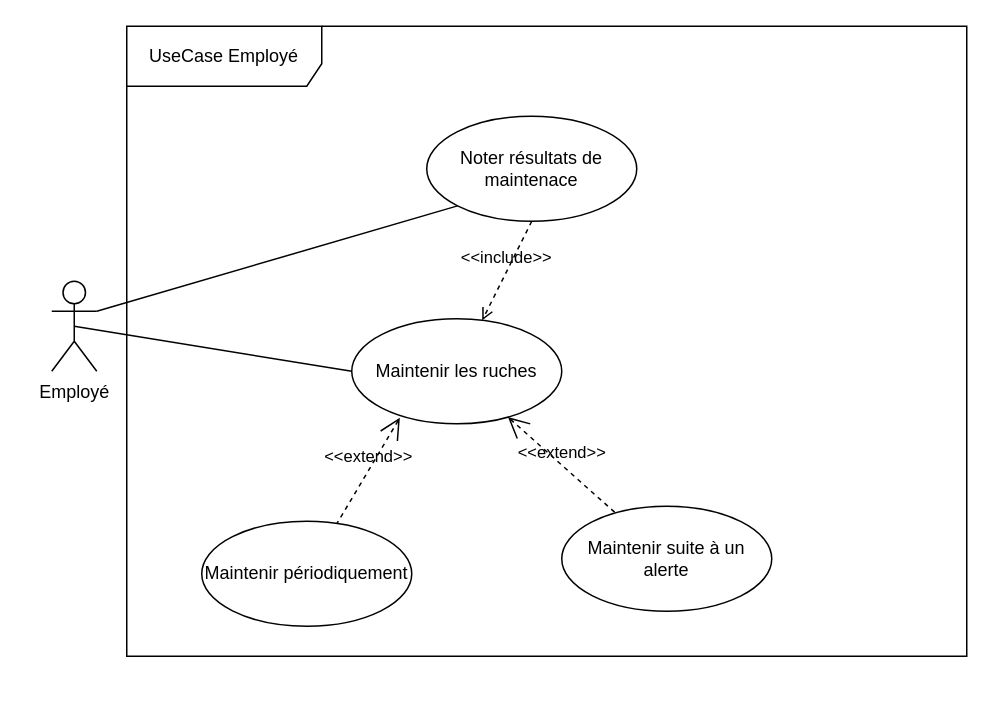
Earlier version of the draw.io diagram usecase/diagrams/usecase_employe.drawio (ManDev001/pfe_diagrams). Source tidied: cells renumbered, new cells numbered last; positions are measured from the earlier drawing's top-left corner, leaving out a move shared by most shapes. Both pictures are drawn from the tidied source at 150%, with x=0, y=0 at pixel (51, 26).
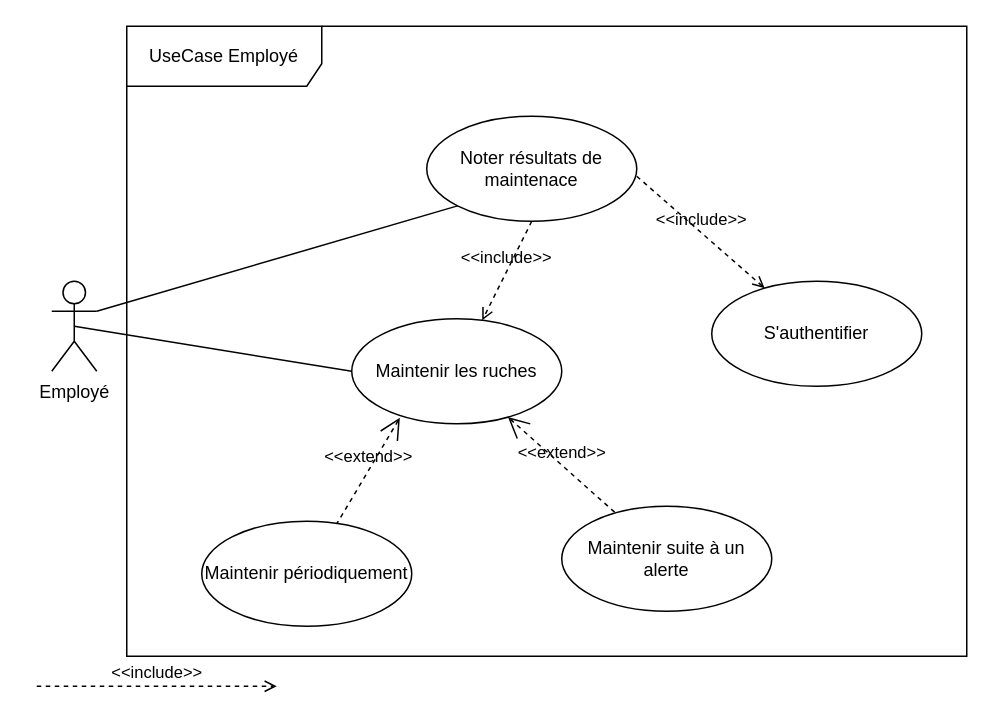
The same page after the edit.

Commit message:
ajout authentification

What changed in the source:
```diff
@@
 <mxGraphModel>
   <root>
     <mxCell id="0" />
     <mxCell id="1" parent="0" />
     <mxCell id="2" value="UseCase Employé" style="shape=umlFrame;whiteSpace=wrap;html=1;width=130;height=40;" parent="1" vertex="1">
       <mxGeometry x="50" width="560" height="420" as="geometry" />
     </mxCell>
     <mxCell id="3" style="rounded=0;jettySize=auto;html=1;exitX=0.5;exitY=0.5;exitDx=0;exitDy=0;exitPerimeter=0;entryX=0;entryY=0.5;entryDx=0;entryDy=0;endArrow=none;endFill=0;" parent="1" edge="1" source="5" target="6">
       <mxGeometry relative="1" as="geometry" />
     </mxCell>
     <mxCell id="4" style="edgeStyle=none;rounded=0;jettySize=auto;html=1;exitX=1;exitY=0.3333333333333333;exitDx=0;exitDy=0;exitPerimeter=0;entryX=0;entryY=1;entryDx=0;entryDy=0;endArrow=none;endFill=0;" parent="1" edge="1" source="5" target="11">
       <mxGeometry relative="1" as="geometry" />
     </mxCell>
     <mxCell id="5" value="&lt;div&gt;Employé&lt;/div&gt;" style="shape=umlActor;verticalLabelPosition=bottom;labelBackgroundColor=#ffffff;verticalAlign=top;html=1;outlineConnect=0;" parent="1" vertex="1">
       <mxGeometry y="170" width="30" height="60" as="geometry" />
     </mxCell>
     <mxCell id="6" value="Maintenir les ruches" style="ellipse;whiteSpace=wrap;html=1;" parent="1" vertex="1">
       <mxGeometry x="200" y="195" width="140" height="70" as="geometry" />
     </mxCell>
     <mxCell id="7" value="Maintenir périodiquement" style="ellipse;whiteSpace=wrap;html=1;" parent="1" vertex="1">
       <mxGeometry x="100" y="330" width="140" height="70" as="geometry" />
     </mxCell>
     <mxCell id="8" value="Maintenir suite à un alerte" style="ellipse;whiteSpace=wrap;html=1;" parent="1" vertex="1">
       <mxGeometry x="340" y="320" width="140" height="70" as="geometry" />
     </mxCell>
     <mxCell id="9" value="&amp;lt;&amp;lt;extend&amp;gt;&amp;gt;" style="edgeStyle=none;html=1;startArrow=open;endArrow=none;startSize=12;verticalAlign=bottom;dashed=1;labelBackgroundColor=none;exitX=0.229;exitY=0.943;exitDx=0;exitDy=0;exitPerimeter=0;" parent="1" edge="1" source="6" target="7">
       <mxGeometry relative="1" as="geometry" />
     </mxCell>
     <mxCell id="10" value="&amp;lt;&amp;lt;extend&amp;gt;&amp;gt;" style="edgeStyle=none;html=1;startArrow=open;endArrow=none;startSize=12;verticalAlign=bottom;dashed=1;labelBackgroundColor=none;" parent="1" edge="1" source="6" target="8">
       <mxGeometry relative="1" as="geometry" />
     </mxCell>
     <mxCell id="11" value="Noter résultats de maintenace" style="ellipse;whiteSpace=wrap;html=1;" parent="1" vertex="1">
       <mxGeometry x="250" y="60" width="140" height="70" as="geometry" />
     </mxCell>
     <mxCell id="12" value="&amp;lt;&amp;lt;include&amp;gt;&amp;gt;" style="edgeStyle=none;html=1;endArrow=open;verticalAlign=bottom;dashed=1;labelBackgroundColor=none;exitX=0.5;exitY=1;exitDx=0;exitDy=0;" parent="1" edge="1" source="11" target="6">
       <mxGeometry relative="1" as="geometry" />
     </mxCell>
+    <mxCell id="13" value="S'authentifier" style="ellipse;whiteSpace=wrap;html=1;" parent="1" vertex="1">
+      <mxGeometry x="440" y="170" width="140" height="70" as="geometry" />
+    </mxCell>
+    <mxCell id="14" value="&amp;lt;&amp;lt;include&amp;gt;&amp;gt;" style="edgeStyle=none;html=1;endArrow=open;verticalAlign=bottom;dashed=1;labelBackgroundColor=none;" parent="1" edge="1">
+      <mxGeometry relative="1" as="geometry">
+        <mxPoint x="-10" y="440" as="sourcePoint" />
+        <mxPoint x="150" y="440" as="targetPoint" />
+      </mxGeometry>
+    </mxCell>
+    <mxCell id="15" value="&amp;lt;&amp;lt;include&amp;gt;&amp;gt;" style="edgeStyle=none;html=1;endArrow=open;verticalAlign=bottom;dashed=1;labelBackgroundColor=none;" parent="1" edge="1" target="13">
+      <mxGeometry relative="1" as="geometry">
+        <mxPoint x="390" y="100" as="sourcePoint" />
+      </mxGeometry>
+    </mxCell>
   </root>
 </mxGraphModel>
```
